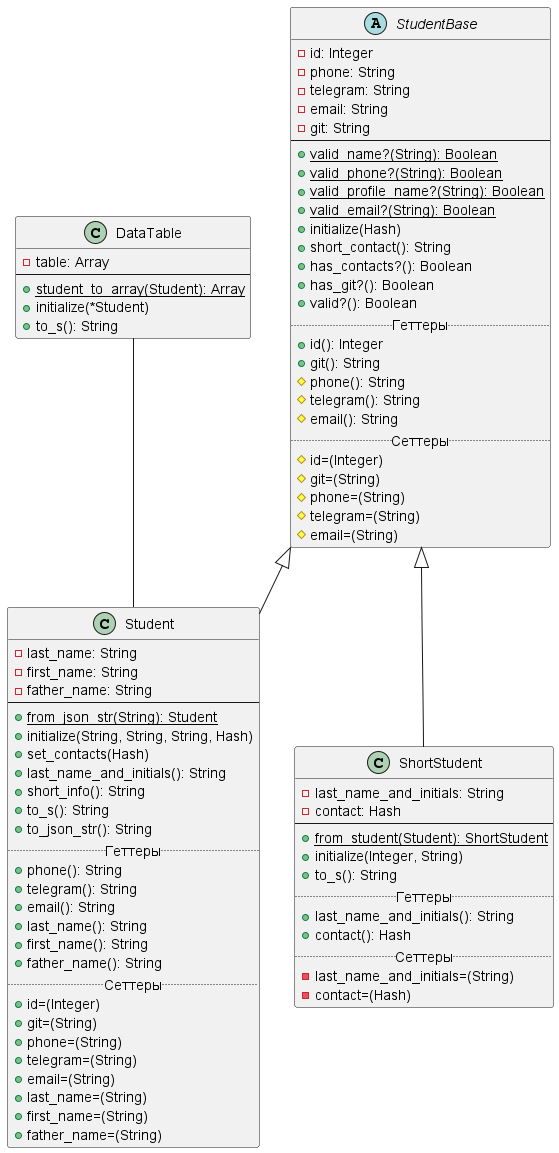
r1411/PatternsLabs keeps this PlantUML diagram as Diagrams/lab2.png. Above is the earlier version.
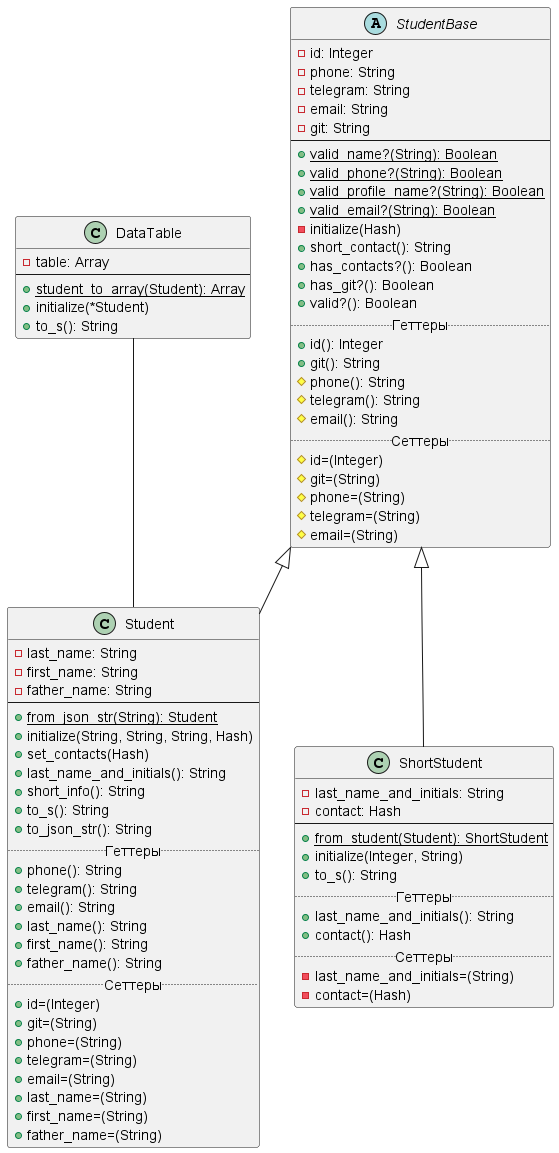
The same file after the commit.

Commit message:
Поправка - приватный new у StudentBase в диаграмме lab2

The edit, as a diff of the source:
```diff
@@ -13,7 +13,7 @@
     +{static}valid_phone?(String): Boolean
     +{static}valid_profile_name?(String): Boolean
     +{static}valid_email?(String): Boolean
-    +initialize(Hash)
+    -initialize(Hash)
     +short_contact(): String
     +has_contacts?(): Boolean
     +has_git?(): Boolean
```
